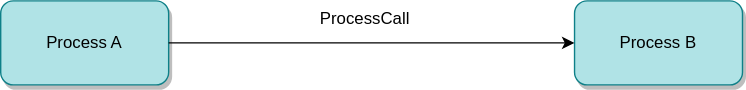
This is site/docs/features/lineage-management/lineage-stitching-process-to-process.svg from odpi/egeria-docs, a draw.io export, as it was before one commit. Source tidied: cells renumbered, new cells last; positions are measured from the earlier drawing's top-left corner, leaving out a move shared by most shapes.
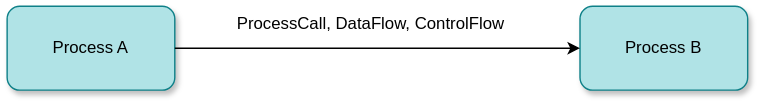
After the change.

Diff of the diagram source:
```diff
@@ -11,8 +11,8 @@
     <mxCell id="4" style="edgeStyle=orthogonalEdgeStyle;rounded=0;jettySize=auto;html=1;startArrow=none;startFill=0;endArrow=classic;endFill=1;strokeWidth=1;exitX=1;exitY=0.5;exitDx=0;exitDy=0;" parent="1" edge="1" source="2" target="3">
       <mxGeometry relative="1" as="geometry" />
     </mxCell>
-    <mxCell id="5" value="ProcessCall" style="text;html=1;align=center;verticalAlign=middle;" parent="1" vertex="1">
-      <mxGeometry x="220" y="3" width="80" height="20" as="geometry" />
+    <mxCell id="5" value="ProcessCall, DataFlow, ControlFlow" style="text;html=1;align=center;verticalAlign=middle;" parent="1" vertex="1">
+      <mxGeometry x="155" y="-2" width="210" height="30" as="geometry" />
     </mxCell>
   </root>
 </mxGraphModel>
```
